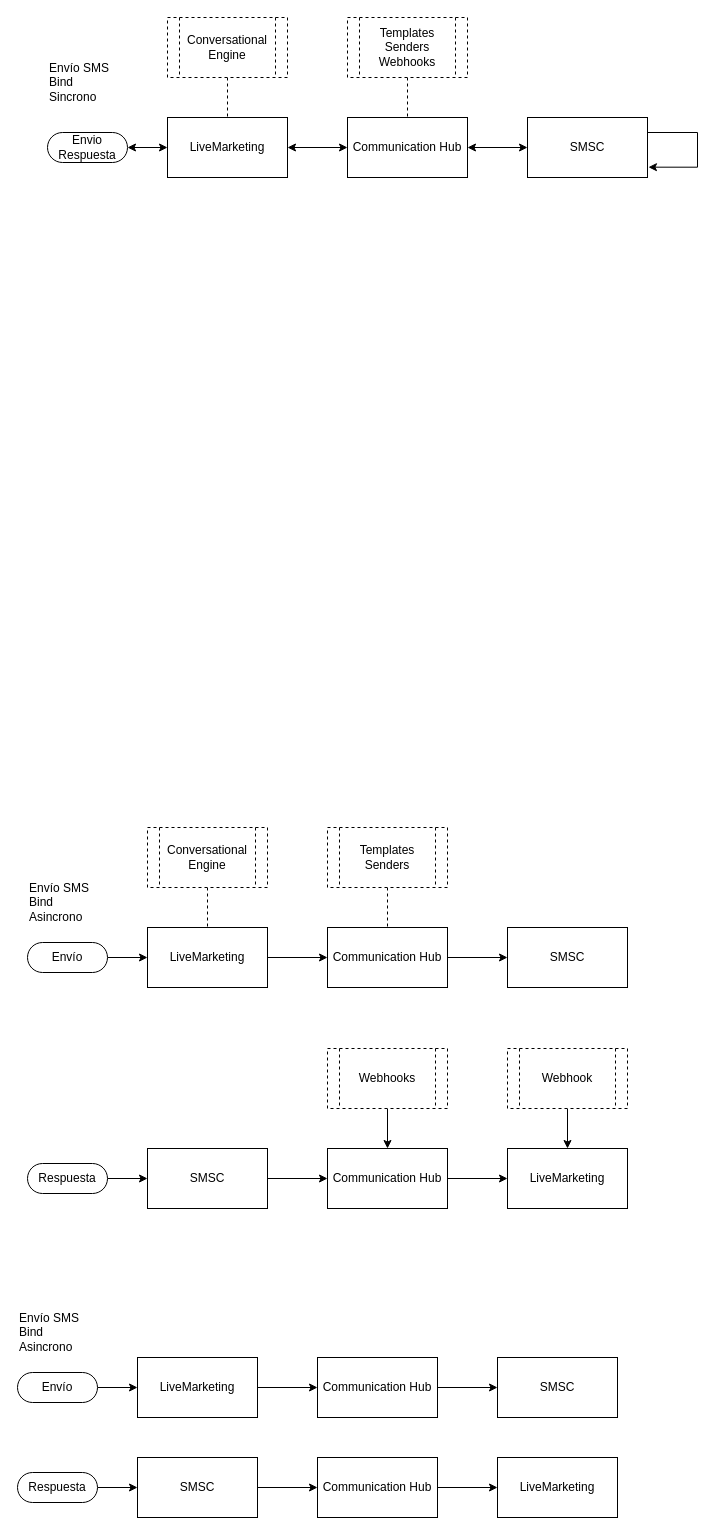
The draw.io diagram Live Marketing - CHub.drawio in fhermq/diagrams, before the edit. Source tidied: cells renumbered, new cells numbered last; positions are measured from the earlier drawing's top-left corner, leaving out a move shared by most shapes. Both pictures are drawn from the tidied source at 100%, with x=0, y=0 at pixel (17, 17).
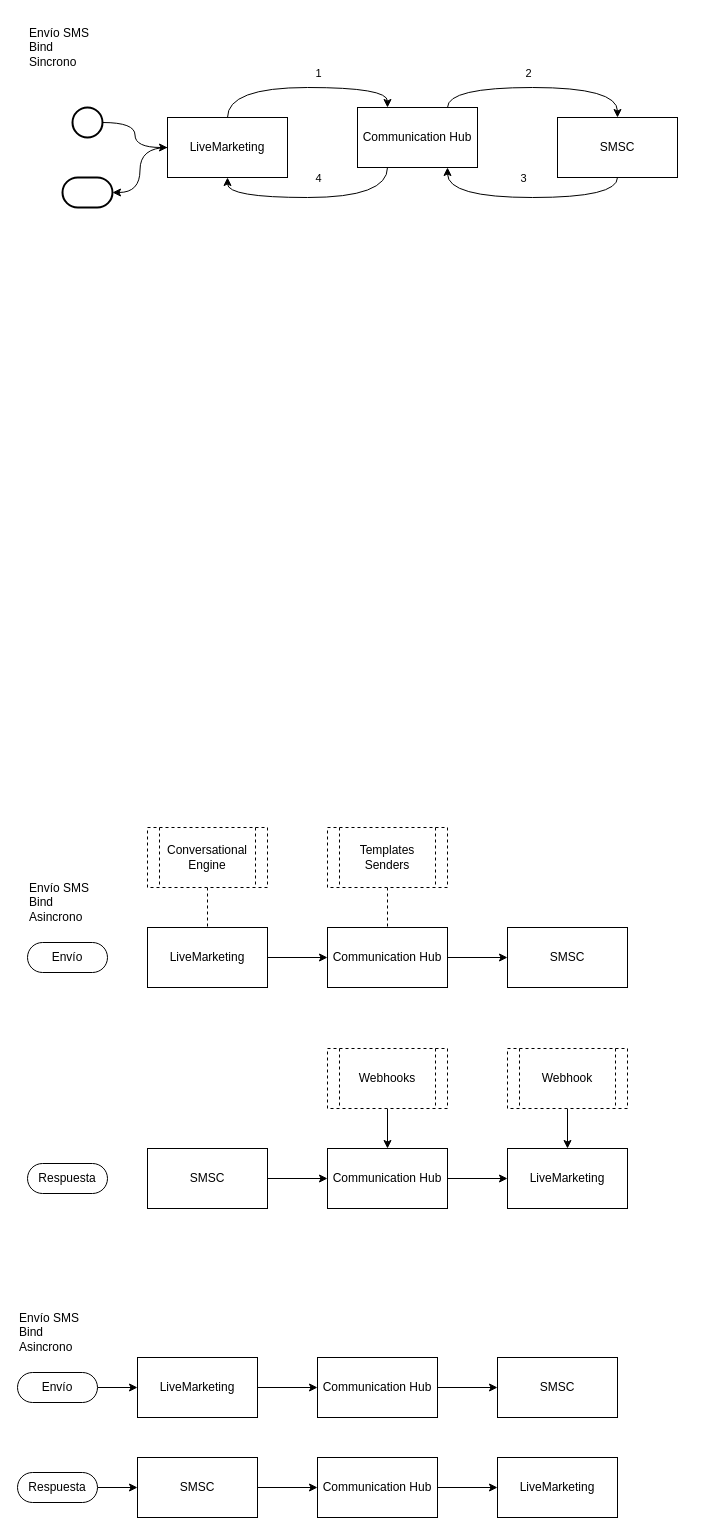
Above is the later version.

Unchanged cells that the change refers to:
```xml
<mxCell id="5" value="LiveMarketing" style="rounded=0;whiteSpace=wrap;html=1;" parent="1" vertex="1">
  <mxGeometry x="150" y="100" width="120" height="60" as="geometry" />
</mxCell>
<mxCell id="12" value="Envío" style="html=1;dashed=0;whiteSpace=wrap;shape=mxgraph.dfd.start;" parent="1" vertex="1">
  <mxGeometry x="10" y="925" width="80" height="30" as="geometry" />
</mxCell>
<mxCell id="14" value="LiveMarketing" style="rounded=0;whiteSpace=wrap;html=1;" parent="1" vertex="1">
  <mxGeometry x="130" y="910" width="120" height="60" as="geometry" />
</mxCell>
<mxCell id="20" value="Respuesta" style="html=1;dashed=0;whiteSpace=wrap;shape=mxgraph.dfd.start;" parent="1" vertex="1">
  <mxGeometry x="10" y="1146" width="80" height="30" as="geometry" />
</mxCell>
<mxCell id="22" value="SMSC" style="rounded=0;whiteSpace=wrap;html=1;" parent="1" vertex="1">
  <mxGeometry x="130" y="1131" width="120" height="60" as="geometry" />
</mxCell>
```

Diff of the diagram source:
```diff
@@
-    <mxCell id="2" style="edgeStyle=orthogonalEdgeStyle;rounded=0;jettySize=auto;html=1;startArrow=classic;startFill=1;" parent="1" edge="1" source="3" target="5">
-      <mxGeometry relative="1" as="geometry" />
-    </mxCell>
-    <mxCell id="3" value="Envio&lt;div&gt;Respuesta&lt;/div&gt;" style="html=1;dashed=0;whiteSpace=wrap;shape=mxgraph.dfd.start;" parent="1" vertex="1">
-      <mxGeometry x="30" y="115" width="80" height="30" as="geometry" />
-    </mxCell>
-    <mxCell id="4" style="edgeStyle=orthogonalEdgeStyle;rounded=0;jettySize=auto;html=1;startArrow=classic;startFill=1;" parent="1" edge="1" source="5" target="7">
+    <mxCell id="4" style="edgeStyle=orthogonalEdgeStyle;rounded=0;jettySize=auto;html=1;entryX=0.25;entryY=0;entryDx=0;entryDy=0;exitX=0.5;exitY=0;exitDx=0;exitDy=0;curved=1;" parent="1" edge="1" source="5" target="7">
       <mxGeometry relative="1" as="geometry" />
     </mxCell>
+    <mxCell id="53" value="1" style="edgeLabel;html=1;align=center;verticalAlign=middle;" parent="4" vertex="1">
+      <mxGeometry x="-0.04" y="-4" relative="1" as="geometry">
+        <mxPoint x="19" y="-19" as="offset" />
+      </mxGeometry>
+    </mxCell>
@@
-    <mxCell id="6" style="edgeStyle=orthogonalEdgeStyle;rounded=0;jettySize=auto;html=1;startArrow=classic;startFill=1;" parent="1" edge="1" source="7" target="9">
+    <mxCell id="6" style="edgeStyle=orthogonalEdgeStyle;rounded=0;jettySize=auto;html=1;startArrow=none;startFill=0;curved=1;entryX=0.5;entryY=0;entryDx=0;entryDy=0;exitX=0.75;exitY=0;exitDx=0;exitDy=0;" parent="1" edge="1" source="7" target="9">
       <mxGeometry relative="1" as="geometry" />
     </mxCell>
+    <mxCell id="54" value="2" style="edgeLabel;html=1;align=center;verticalAlign=middle;" parent="6" vertex="1">
+      <mxGeometry x="-0.27" y="3" relative="1" as="geometry">
+        <mxPoint x="20" y="-12" as="offset" />
+      </mxGeometry>
+    </mxCell>
+    <mxCell id="55" style="edgeStyle=orthogonalEdgeStyle;rounded=0;jettySize=auto;html=1;entryX=0.5;entryY=1;entryDx=0;entryDy=0;curved=1;exitX=0.25;exitY=1;exitDx=0;exitDy=0;" parent="1" edge="1" source="7" target="5">
+      <mxGeometry relative="1" as="geometry" />
+    </mxCell>
+    <mxCell id="56" value="4" style="edgeLabel;html=1;align=center;verticalAlign=middle;" parent="55" vertex="1">
+      <mxGeometry x="-0.62" y="-10" relative="1" as="geometry">
+        <mxPoint x="-60" y="-10" as="offset" />
+      </mxGeometry>
+    </mxCell>
     <mxCell id="7" value="Communication Hub" style="whiteSpace=wrap;html=1;rounded=0;" parent="1" vertex="1">
-      <mxGeometry x="330" y="100" width="120" height="60" as="geometry" />
+      <mxGeometry x="340" y="90" width="120" height="60" as="geometry" />
     </mxCell>
-    <mxCell id="8" style="edgeStyle=orthogonalEdgeStyle;rounded=0;orthogonalLoop=1;jettySize=auto;html=1;exitX=1;exitY=0.25;exitDx=0;exitDy=0;entryX=1.008;entryY=0.828;entryDx=0;entryDy=0;entryPerimeter=0;" parent="1" edge="1" source="9" target="9">
-      <mxGeometry relative="1" as="geometry">
-        <Array as="points">
-          <mxPoint x="680" y="115" />
-          <mxPoint x="680" y="150" />
-        </Array>
-      </mxGeometry>
-    </mxCell>
+    <mxCell id="57" style="edgeStyle=orthogonalEdgeStyle;rounded=0;jettySize=auto;html=1;entryX=0.75;entryY=1;entryDx=0;entryDy=0;curved=1;exitX=0.5;exitY=1;exitDx=0;exitDy=0;" parent="1" edge="1" source="9" target="7">
+      <mxGeometry relative="1" as="geometry" />
+    </mxCell>
+    <mxCell id="58" value="3" style="edgeLabel;html=1;align=center;verticalAlign=middle;" parent="57" vertex="1">
+      <mxGeometry x="-0.33" y="-1" relative="1" as="geometry">
+        <mxPoint x="-41" y="-19" as="offset" />
+      </mxGeometry>
+    </mxCell>
     <mxCell id="9" value="SMSC" style="whiteSpace=wrap;html=1;rounded=0;" parent="1" vertex="1">
-      <mxGeometry x="510" y="100" width="120" height="60" as="geometry" />
+      <mxGeometry x="540" y="100" width="120" height="60" as="geometry" />
     </mxCell>
     <mxCell id="10" value="&lt;div&gt;Envío SMS&amp;nbsp;&lt;/div&gt;Bind&lt;div&gt;Sincrono&lt;/div&gt;" style="text;html=1;align=left;verticalAlign=middle;whiteSpace=wrap;rounded=0;" parent="1" vertex="1">
-      <mxGeometry x="30" y="40" width="120" height="50" as="geometry" />
+      <mxGeometry x="10" y="5" width="120" height="50" as="geometry" />
     </mxCell>
-    <mxCell id="11" style="edgeStyle=orthogonalEdgeStyle;rounded=0;jettySize=auto;html=1;" parent="1" edge="1" source="12" target="14">
-      <mxGeometry relative="1" as="geometry" />
-    </mxCell>
@@
-    <mxCell id="19" style="edgeStyle=orthogonalEdgeStyle;rounded=0;jettySize=auto;html=1;" parent="1" edge="1" source="20" target="22">
-      <mxGeometry relative="1" as="geometry" />
-    </mxCell>
@@
-    <mxCell id="41" style="edgeStyle=orthogonalEdgeStyle;rounded=0;jettySize=auto;html=1;endArrow=none;endFill=0;dashed=1;" parent="1" edge="1" source="42" target="7">
-      <mxGeometry relative="1" as="geometry" />
-    </mxCell>
-    <mxCell id="42" value="Templates&lt;div&gt;Senders&lt;/div&gt;&lt;div&gt;Webhooks&lt;/div&gt;" style="shape=process;whiteSpace=wrap;html=1;backgroundOutline=1;dashed=1;" parent="1" vertex="1">
-      <mxGeometry x="330" width="120" height="60" as="geometry" />
-    </mxCell>
-    <mxCell id="43" style="edgeStyle=orthogonalEdgeStyle;rounded=0;jettySize=auto;html=1;dashed=1;endArrow=none;endFill=0;" parent="1" edge="1" source="44" target="5">
-      <mxGeometry relative="1" as="geometry" />
-    </mxCell>
-    <mxCell id="44" value="Conversational Engine" style="shape=process;whiteSpace=wrap;html=1;backgroundOutline=1;dashed=1;" parent="1" vertex="1">
-      <mxGeometry x="150" width="120" height="60" as="geometry" />
-    </mxCell>
@@
+    <mxCell id="59" style="edgeStyle=orthogonalEdgeStyle;rounded=0;jettySize=auto;html=1;curved=1;" parent="1" edge="1" source="60" target="5">
+      <mxGeometry relative="1" as="geometry" />
+    </mxCell>
+    <mxCell id="60" style="strokeWidth=2;html=1;shape=mxgraph.flowchart.start_2;whiteSpace=wrap;" parent="1" vertex="1">
+      <mxGeometry x="55" y="90" width="30" height="30" as="geometry" />
+    </mxCell>
+    <mxCell id="61" style="strokeWidth=2;html=1;shape=mxgraph.flowchart.terminator;whiteSpace=wrap;" parent="1" vertex="1">
+      <mxGeometry x="45" y="160" width="50" height="30" as="geometry" />
+    </mxCell>
+    <mxCell id="62" style="edgeStyle=orthogonalEdgeStyle;rounded=0;jettySize=auto;html=1;entryX=1;entryY=0.5;entryDx=0;entryDy=0;entryPerimeter=0;curved=1;" parent="1" edge="1" source="5" target="61">
+      <mxGeometry relative="1" as="geometry" />
+    </mxCell>
```
